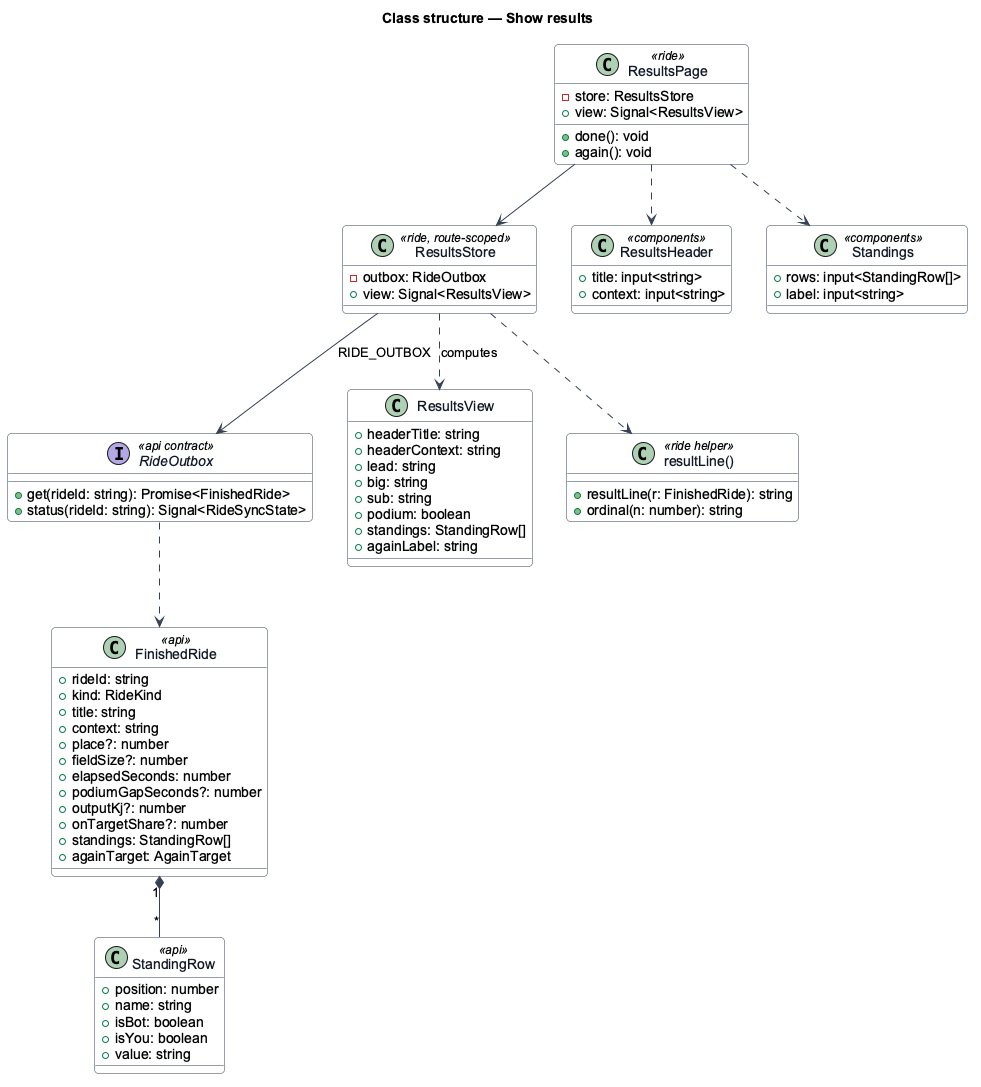
Above: docs/detailed-designs/results/show-results/diagrams/class-structure.png in QuinntyneBrown/ride-one (PlantUML), before the change.
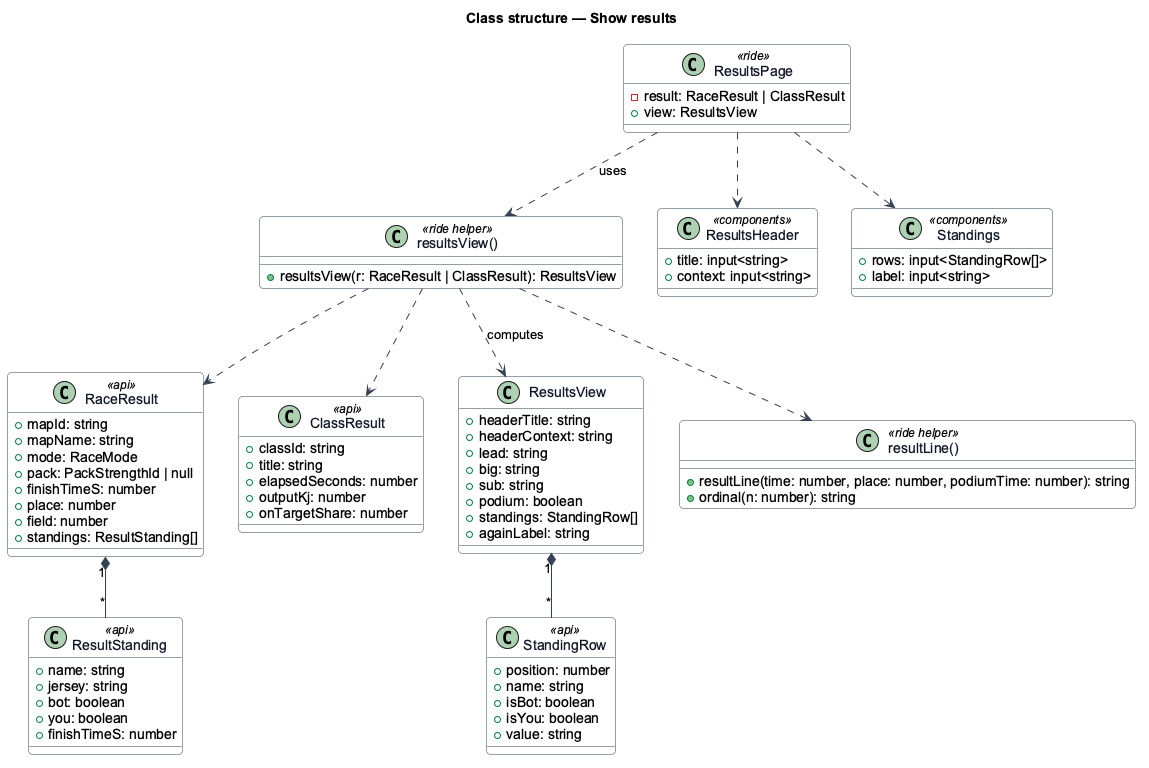
Above is the later version.

Diff of the diagram source:
```diff
@@ -11,32 +11,35 @@
 }
 title Class structure — Show results
 class ResultsPage <<ride>> {
-  -store: ResultsStore
-  +view: Signal<ResultsView>
-  +done(): void
-  +again(): void
+  -result: RaceResult | ClassResult
+  +view: ResultsView
 }
-class ResultsStore <<ride, route-scoped>> {
-  -outbox: RideOutbox
-  +view: Signal<ResultsView>
+class "resultsView()" as rv <<ride helper>> {
+  +resultsView(r: RaceResult | ClassResult): ResultsView
 }
-interface RideOutbox <<api contract>> {
-  +get(rideId: string): Promise<FinishedRide>
-  +status(rideId: string): Signal<RideSyncState>
+class RaceResult <<api>> {
+  +mapId: string
+  +mapName: string
+  +mode: RaceMode
+  +pack: PackStrengthId | null
+  +finishTimeS: number
+  +place: number
+  +field: number
+  +standings: ResultStanding[]
 }
-class FinishedRide <<api>> {
-  +rideId: string
-  +kind: RideKind
+class ClassResult <<api>> {
+  +classId: string
   +title: string
-  +context: string
-  +place?: number
-  +fieldSize?: number
   +elapsedSeconds: number
-  +podiumGapSeconds?: number
-  +outputKj?: number
-  +onTargetShare?: number
-  +standings: StandingRow[]
-  +againTarget: AgainTarget
+  +outputKj: number
+  +onTargetShare: number
+}
+class ResultStanding <<api>> {
+  +name: string
+  +jersey: string
+  +bot: boolean
+  +you: boolean
+  +finishTimeS: number
 }
 class StandingRow <<api>> {
   +position: number
@@ -56,7 +59,7 @@
   +againLabel: string
 }
 class "resultLine()" as rl <<ride helper>> {
-  +resultLine(r: FinishedRide): string
+  +resultLine(time: number, place: number, podiumTime: number): string
   +ordinal(n: number): string
 }
 class ResultsHeader <<components>> {
@@ -67,12 +70,13 @@
   +rows: input<StandingRow[]>
   +label: input<string>
 }
-ResultsPage --> ResultsStore
+ResultsPage ..> rv : uses
 ResultsPage ..> ResultsHeader
 ResultsPage ..> Standings
-ResultsStore --> RideOutbox : RIDE_OUTBOX
-ResultsStore ..> rl
-ResultsStore ..> ResultsView : computes
-RideOutbox ..> FinishedRide
-FinishedRide "1" *-- "*" StandingRow
+rv ..> rl
+rv ..> ResultsView : computes
+rv ..> RaceResult
+rv ..> ClassResult
+RaceResult "1" *-- "*" ResultStanding
+ResultsView "1" *-- "*" StandingRow
 @enduml
```
